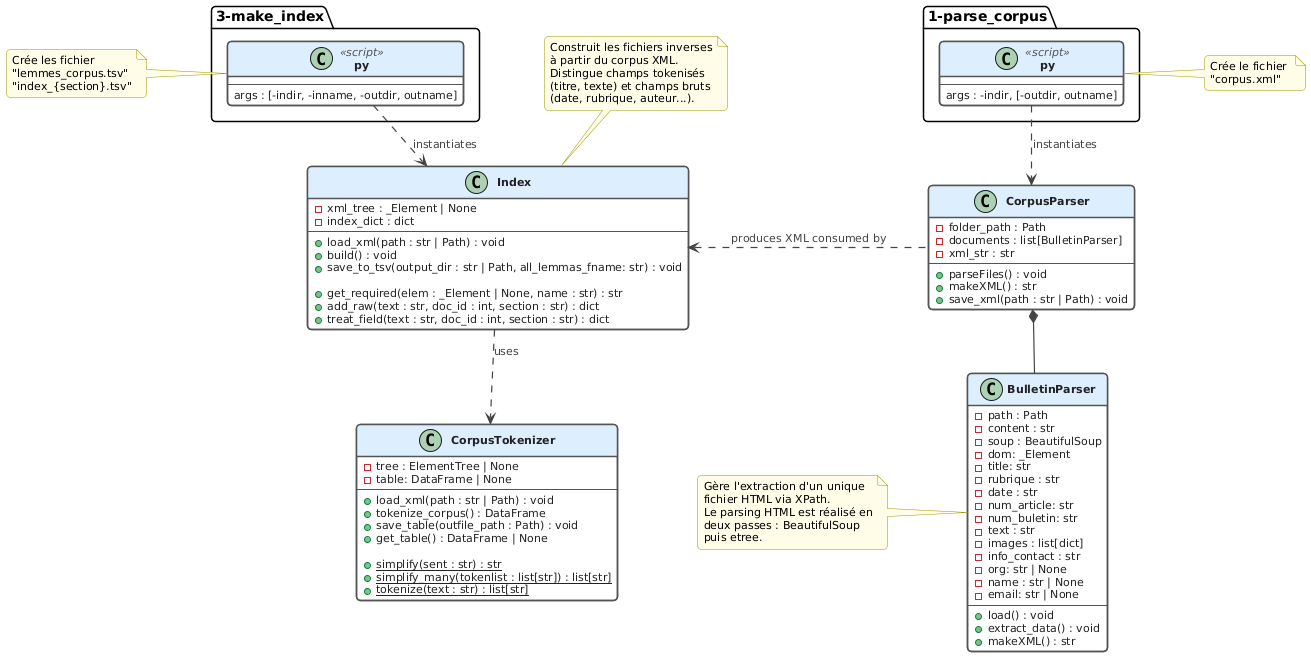
Before: uml/1-index.png, a diagram exported from PlantUML (caioartus/lo17-dm).
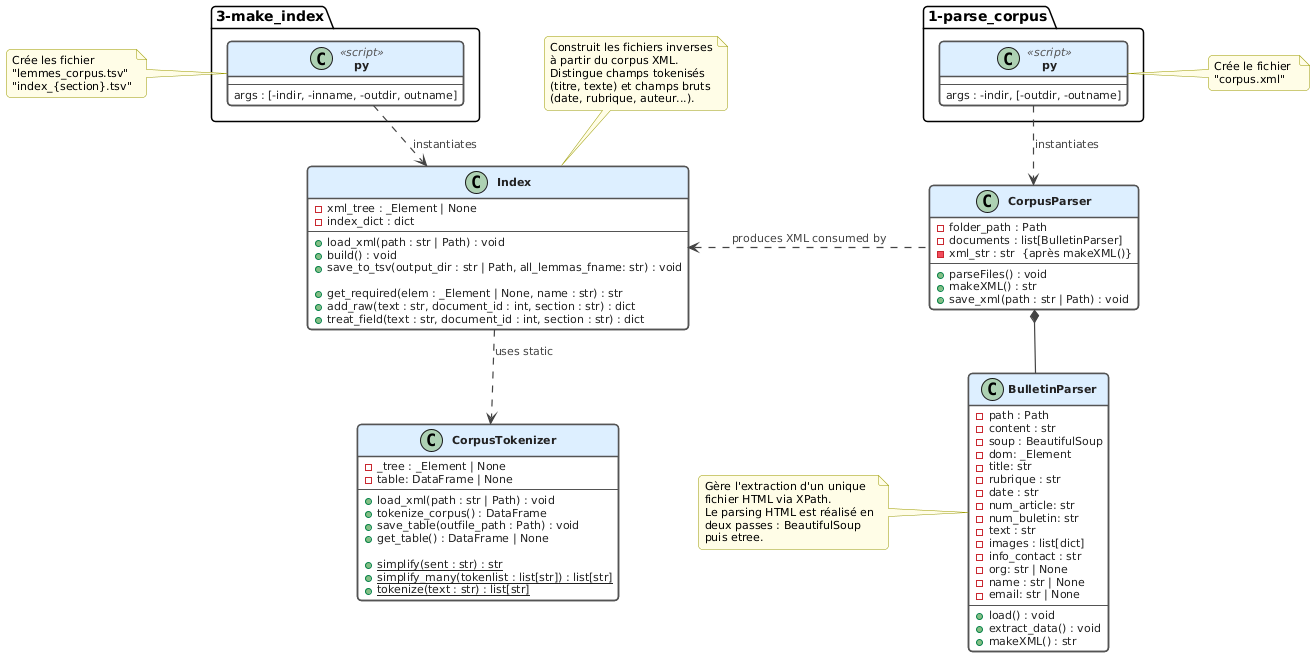
The same diagram one commit later.

Change to the diagram source:
```diff
@@ -44,7 +44,7 @@
 
 class "1-parse_corpus.py" <<script>> {
     --
-    args : -indir, [-outdir, outname]
+    args : -indir, [-outdir, -outname]
 }
 
 note left of "1-parse_corpus.py"
@@ -85,7 +85,7 @@
 class CorpusParser {
 - folder_path : Path
 - documents : list[BulletinParser]
-- xml_str : str
+- xml_str : str  {après makeXML()}
 ---
 + parseFiles() : void
 + makeXML() : str
@@ -93,7 +93,7 @@
 }
 
 class CorpusTokenizer {
-- tree : ElementTree | None
+- _tree : _Element | None
 - table: DataFrame | None
 ---
 + load_xml(path : str | Path) : void
@@ -115,8 +115,8 @@
 + save_to_tsv(output_dir : str | Path, all_lemmas_fname: str) : void
 
 + get_required(elem : _Element | None, name : str) : str
-+ add_raw(text : str, doc_id : int, section : str) : dict
-+ treat_field(text : str, doc_id : int, section : str) : dict
++ add_raw(text : str, document_id : int, section : str) : dict
++ treat_field(text : str, document_id : int, section : str) : dict
 }
 
 note top of Index
@@ -132,5 +132,5 @@
 
 CorpusParser *--BulletinParser
 Index <. CorpusParser : «produces XML consumed by»
-Index ..> CorpusTokenizer : «uses»
+Index ..> CorpusTokenizer : «uses static»
 @enduml
```
